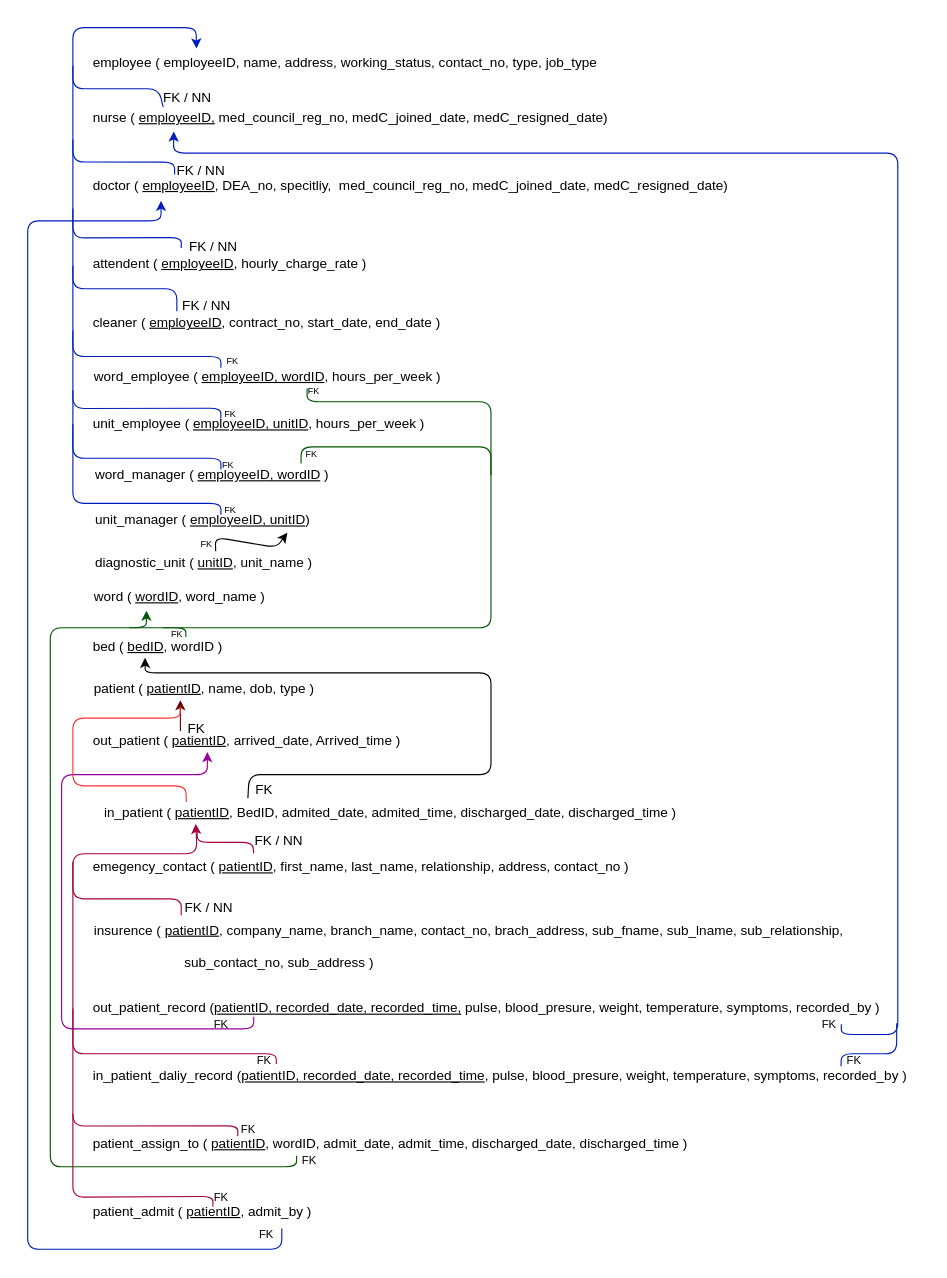
This is page "Page-2" (2 of 3) of G28-2.drawio from Janithpm/1203AssignmentGroup28, a draw.io file, before an edit. Source tidied: cells renumbered, new cells numbered last; positions are measured from the earlier drawing's top-left corner, leaving out a move shared by most shapes. Both pictures are drawn from the tidied source at 113%, with x=0, y=0 at pixel (27, 27).
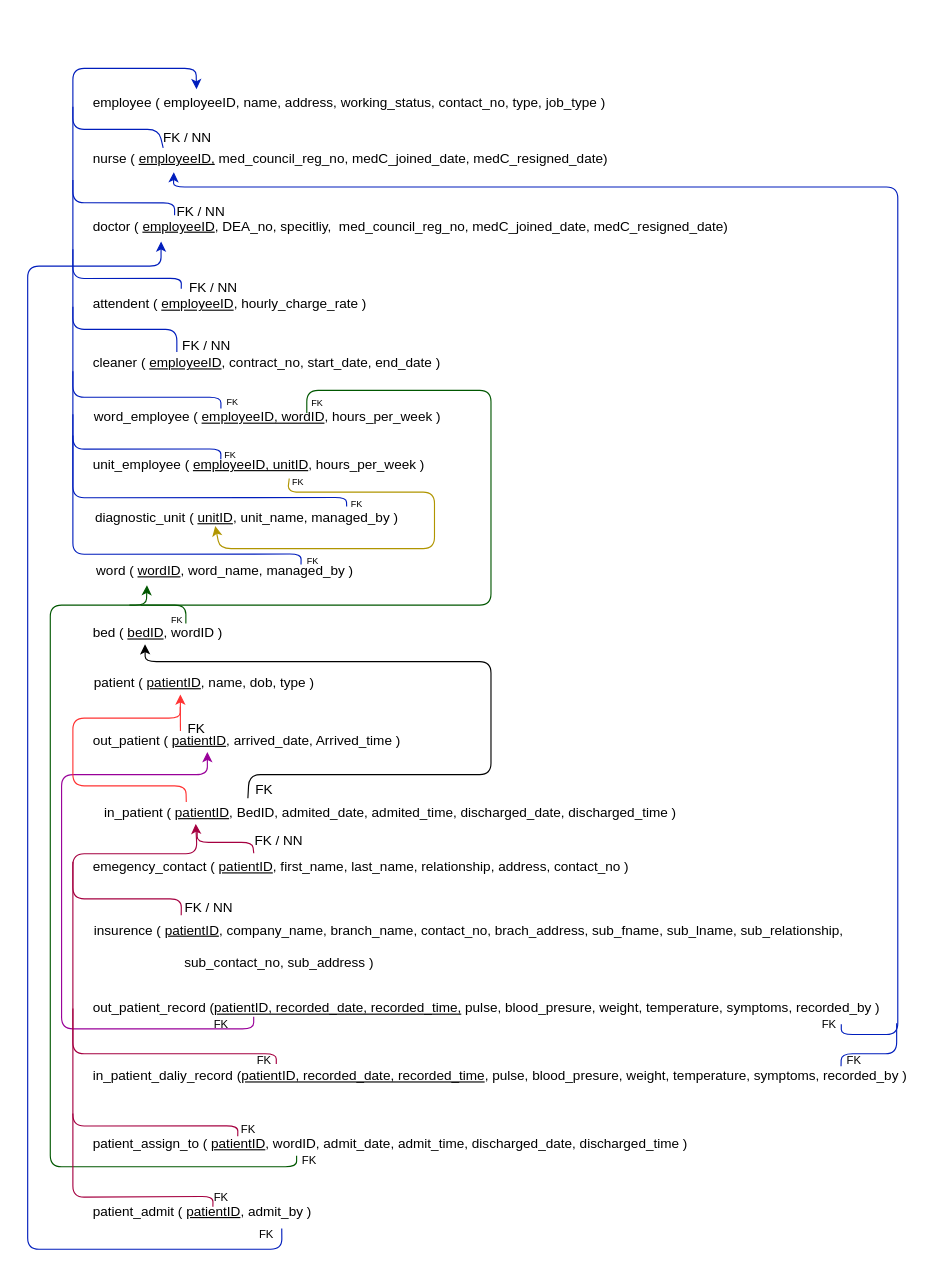
Above is the later version.

Unchanged cells that the change refers to:
```xml
<mxCell id="3" value="&lt;font style=&quot;font-size: 12px&quot;&gt;out_patient ( &lt;u&gt;patientID&lt;/u&gt;, arrived_date, Arrived_time )&lt;/font&gt;" style="text;html=1;align=left;verticalAlign=middle;points=[];strokeColor=none;fillColor=none;" parent="1" vertex="1">
  <mxGeometry x="56" y="621" width="290" height="20" as="geometry" />
</mxCell>
<mxCell id="30" value="patient_assign_to ( &lt;u&gt;patientID&lt;/u&gt;, wordID, admit_date, admit_time, discharged_date, discharged_time )" style="text;html=1;align=left;verticalAlign=middle;points=[];strokeColor=none;fillColor=none;" parent="1" vertex="1">
  <mxGeometry x="56" y="978" width="540" height="20" as="geometry" />
</mxCell>
<mxCell id="37" value="patient_admit ( &lt;u&gt;patientID&lt;/u&gt;, admit_by )" style="text;html=1;align=left;verticalAlign=middle;points=[];strokeColor=none;fillColor=none;" parent="1" vertex="1">
  <mxGeometry x="56" y="1038" width="210" height="20" as="geometry" />
</mxCell>
<mxCell id="43" value="FK" style="text;html=1;align=center;verticalAlign=middle;points=[];strokeColor=none;fillColor=none;" parent="1" vertex="1">
  <mxGeometry x="194" y="665" width="30" height="20" as="geometry" />
</mxCell>
```

Diff of the diagram source:
```diff
@@
     <mxCell id="9" value="nurse ( &lt;u&gt;employeeID,&lt;/u&gt;&amp;nbsp;med_council_reg_no, medC_joined_date, medC_resigned_date)" style="text;html=1;align=left;verticalAlign=middle;points=[];strokeColor=none;fillColor=none;" parent="1" vertex="1">
-      <mxGeometry x="56" y="70" width="470" height="20" as="geometry" />
+      <mxGeometry x="56" y="106" width="470" height="20" as="geometry" />
     </mxCell>
     <mxCell id="10" value="doctor ( &lt;u&gt;employeeID&lt;/u&gt;, DEA_no, specitliy,&amp;nbsp; med_council_reg_no, medC_joined_date, medC_resigned_date)&amp;nbsp;" style="text;html=1;align=left;verticalAlign=middle;points=[];strokeColor=none;fillColor=none;" parent="1" vertex="1">
-      <mxGeometry x="56" y="130" width="580" height="20" as="geometry" />
+      <mxGeometry x="56" y="166" width="580" height="20" as="geometry" />
     </mxCell>
     <mxCell id="11" value="attendent ( &lt;u&gt;employeeID&lt;/u&gt;, hourly_charge_rate )" style="text;html=1;align=left;verticalAlign=middle;strokeColor=none;fillColor=none;" parent="1" vertex="1">
-      <mxGeometry x="56" y="199" width="260" height="20" as="geometry" />
+      <mxGeometry x="56" y="235" width="260" height="20" as="geometry" />
     </mxCell>
     <mxCell id="12" value="cleaner ( &lt;u&gt;employeeID&lt;/u&gt;, contract_no, start_date, end_date )" style="text;html=1;align=left;verticalAlign=middle;strokeColor=none;fillColor=none;" parent="1" vertex="1">
-      <mxGeometry x="56" y="251" width="320" height="20" as="geometry" />
+      <mxGeometry x="56" y="287" width="320" height="20" as="geometry" />
     </mxCell>
     <mxCell id="13" style="endArrow=classic;html=1;entryX=0.203;entryY=-0.078;entryDx=0;entryDy=0;entryPerimeter=0;fillColor=#0050ef;strokeColor=#001DBC;" parent="1" edge="1">
       <mxGeometry relative="1" as="geometry">
-        <mxPoint x="132" y="251" as="sourcePoint" />
-        <mxPoint x="149.4" y="18.4" as="targetPoint" />
+        <mxPoint x="132" y="287" as="sourcePoint" />
+        <mxPoint x="149.4" y="54.4" as="targetPoint" />
         <Array as="points">
-          <mxPoint x="132" y="231" />
-          <mxPoint x="40" y="231" />
-          <mxPoint x="40" />
-          <mxPoint x="149" />
+          <mxPoint x="132" y="267" />
+          <mxPoint x="40" y="267" />
+          <mxPoint x="40" y="36" />
+          <mxPoint x="149" y="36" />
         </Array>
       </mxGeometry>
     </mxCell>
     <mxCell id="14" value="FK / NN" style="text;html=1;align=center;verticalAlign=middle;strokeColor=none;fillColor=none;" parent="1" vertex="1">
-      <mxGeometry x="134" y="184" width="60" height="20" as="geometry" />
+      <mxGeometry x="134" y="220" width="60" height="20" as="geometry" />
     </mxCell>
     <mxCell id="15" value="FK / NN" style="text;html=1;align=center;verticalAlign=middle;strokeColor=none;fillColor=none;" parent="1" vertex="1">
-      <mxGeometry x="128" y="236" width="60" height="20" as="geometry" />
+      <mxGeometry x="128" y="272" width="60" height="20" as="geometry" />
     </mxCell>
-    <mxCell id="16" value="unit_manager ( &lt;u&gt;employeeID, unitID&lt;/u&gt;)" style="text;html=1;align=left;verticalAlign=middle;points=[];strokeColor=none;fillColor=none;" parent="1" vertex="1">
-      <mxGeometry x="58" y="426" width="210" height="20" as="geometry" />
-    </mxCell>
-    <mxCell id="17" value="word ( &lt;u&gt;wordID&lt;/u&gt;, word_name )" style="text;html=1;align=left;verticalAlign=middle;points=[];strokeColor=none;fillColor=none;" parent="1" vertex="1">
-      <mxGeometry x="57" y="494" width="170" height="20" as="geometry" />
+    <mxCell id="17" value="word ( &lt;u&gt;wordID&lt;/u&gt;, word_name, managed_by&amp;nbsp;)" style="text;html=1;align=left;verticalAlign=middle;points=[];strokeColor=none;fillColor=none;" parent="1" vertex="1">
+      <mxGeometry x="59" y="471" width="240" height="20" as="geometry" />
     </mxCell>
     <mxCell id="18" value="bed ( &lt;u&gt;bedID&lt;/u&gt;, wordID )" style="text;html=1;align=left;verticalAlign=middle;points=[];strokeColor=none;fillColor=none;" parent="1" vertex="1">
-      <mxGeometry x="56" y="538" width="130" height="20" as="geometry" />
+      <mxGeometry x="56" y="526" width="130" height="20" as="geometry" />
     </mxCell>
     <mxCell id="19" value="&lt;font style=&quot;font-size: 8px&quot;&gt;FK&lt;/font&gt;" style="text;html=1;align=center;verticalAlign=middle;strokeColor=none;fillColor=none;" parent="1" vertex="1">
-      <mxGeometry x="117" y="526" width="30" height="20" as="geometry" />
+      <mxGeometry x="117" y="513" width="30" height="20" as="geometry" />
     </mxCell>
@@
     <mxCell id="22" style="endArrow=classic;html=1;entryX=0.156;entryY=1.093;entryDx=0;entryDy=0;entryPerimeter=0;fillColor=#0050ef;strokeColor=#001DBC;" parent="1" edge="1" target="9">
       <mxGeometry relative="1" as="geometry">
         <mxPoint x="720" y="882" as="sourcePoint" />
         <Array as="points">
           <mxPoint x="720" y="891" />
           <mxPoint x="770" y="891" />
-          <mxPoint x="770" y="111" />
-          <mxPoint x="129" y="111" />
+          <mxPoint x="770" y="141" />
+          <mxPoint x="129" y="141" />
         </Array>
       </mxGeometry>
     </mxCell>
@@
-    <mxCell id="32" style="endArrow=classic;html=1;exitX=0.337;exitY=1.019;exitDx=0;exitDy=0;exitPerimeter=0;entryX=0.283;entryY=1.095;entryDx=0;entryDy=0;entryPerimeter=0;fillColor=#008a00;strokeColor=#005700;" parent="1" edge="1" source="30" target="17">
+    <mxCell id="32" style="endArrow=classic;html=1;exitX=0.337;exitY=1.019;exitDx=0;exitDy=0;exitPerimeter=0;entryX=0.194;entryY=1.117;entryDx=0;entryDy=0;entryPerimeter=0;fillColor=#008a00;strokeColor=#005700;" parent="1" edge="1" source="30" target="17">
       <mxGeometry relative="1" as="geometry">
         <Array as="points">
           <mxPoint x="238" y="1008" />
           <mxPoint x="20" y="1008" />
           <mxPoint x="20" y="748" />
-          <mxPoint x="20" y="531" />
-          <mxPoint x="105" y="531" />
+          <mxPoint x="20" y="511" />
+          <mxPoint x="105" y="511" />
         </Array>
       </mxGeometry>
     </mxCell>
@@
     <mxCell id="36" style="endArrow=none;html=1;exitX=0.249;exitY=-0.041;exitDx=0;exitDy=0;exitPerimeter=0;fillColor=#0050ef;strokeColor=#001DBC;" parent="1" edge="1">
       <mxGeometry relative="1" as="geometry">
-        <mxPoint x="135.9" y="195" as="sourcePoint" />
-        <mxPoint x="40" y="160" as="targetPoint" />
+        <mxPoint x="135.9" y="231" as="sourcePoint" />
+        <mxPoint x="40" y="196" as="targetPoint" />
         <Array as="points">
-          <mxPoint x="136" y="185.8" />
-          <mxPoint x="40" y="186" />
+          <mxPoint x="136" y="221.8" />
+          <mxPoint x="40" y="222" />
         </Array>
       </mxGeometry>
     </mxCell>
@@
     <mxCell id="38" style="endArrow=classic;html=1;exitX=0.804;exitY=1.238;exitDx=0;exitDy=0;exitPerimeter=0;entryX=0.107;entryY=1.163;entryDx=0;entryDy=0;entryPerimeter=0;fillColor=#0050ef;strokeColor=#001DBC;" parent="1" edge="1" source="37" target="10">
       <mxGeometry relative="1" as="geometry">
         <Array as="points">
           <mxPoint x="225" y="1081" />
           <mxPoint y="1081" />
-          <mxPoint y="171" />
-          <mxPoint x="118" y="171" />
+          <mxPoint y="211" />
+          <mxPoint x="118" y="211" />
         </Array>
       </mxGeometry>
     </mxCell>
@@
     <mxCell id="42" style="endArrow=classic;html=1;exitX=0.029;exitY=0.844;exitDx=0;exitDy=0;exitPerimeter=0;entryX=0.368;entryY=0.979;entryDx=0;entryDy=0;entryPerimeter=0;" parent="1" edge="1" source="43" target="18">
       <mxGeometry relative="1" as="geometry">
         <Array as="points">
           <mxPoint x="196" y="661" />
           <mxPoint x="410" y="661" />
-          <mxPoint x="410" y="571" />
-          <mxPoint x="104" y="571" />
+          <mxPoint x="410" y="561" />
+          <mxPoint x="104" y="561" />
         </Array>
       </mxGeometry>
     </mxCell>
@@
     <mxCell id="44" value="patient ( &lt;u&gt;patientID&lt;/u&gt;, name, dob, type )" style="text;html=1;align=left;verticalAlign=middle;points=[];strokeColor=none;fillColor=none;" parent="1" vertex="1">
-      <mxGeometry x="57" y="575" width="210" height="20" as="geometry" />
+      <mxGeometry x="57" y="570" width="210" height="20" as="geometry" />
     </mxCell>
-    <mxCell id="45" style="endArrow=classic;html=1;exitX=0.273;exitY=0.066;exitDx=0;exitDy=0;exitPerimeter=0;entryX=0.372;entryY=1.005;entryDx=0;entryDy=0;entryPerimeter=0;fillColor=#a20025;strokeColor=#6F0000;" parent="1" edge="1" source="3" target="44">
+    <mxCell id="45" style="endArrow=classic;html=1;exitX=0.273;exitY=0.066;exitDx=0;exitDy=0;exitPerimeter=0;entryX=0.372;entryY=1.005;entryDx=0;entryDy=0;entryPerimeter=0;fillColor=#a20025;strokeColor=#FF3333;" parent="1" edge="1" source="3" target="44">
       <mxGeometry relative="1" as="geometry" />
     </mxCell>
@@
-    <mxCell id="48" value="employee ( employeeID, name, address, working_status, contact_no, type, job_type" style="text;html=1;align=left;verticalAlign=middle;strokeColor=none;fillColor=none;" parent="1" vertex="1">
-      <mxGeometry x="56" y="21" width="460" height="20" as="geometry" />
+    <mxCell id="48" value="employee ( employeeID, name, address, working_status, contact_no, type, job_type )" style="text;html=1;align=left;verticalAlign=middle;strokeColor=none;fillColor=none;" parent="1" vertex="1">
+      <mxGeometry x="56" y="57" width="470" height="20" as="geometry" />
     </mxCell>
     <mxCell id="49" style="endArrow=none;html=1;exitX=0.136;exitY=0.066;exitDx=0;exitDy=0;exitPerimeter=0;fillColor=#0050ef;strokeColor=#001DBC;" parent="1" edge="1">
       <mxGeometry relative="1" as="geometry">
-        <mxPoint x="119.9" y="70.3" as="sourcePoint" />
-        <mxPoint x="40" y="34" as="targetPoint" />
+        <mxPoint x="119.9" y="106.3" as="sourcePoint" />
+        <mxPoint x="40" y="70" as="targetPoint" />
         <Array as="points">
-          <mxPoint x="116" y="54" />
-          <mxPoint x="40" y="54" />
+          <mxPoint x="116" y="90" />
+          <mxPoint x="40" y="90" />
         </Array>
       </mxGeometry>
     </mxCell>
     <mxCell id="50" style="endArrow=none;html=1;fillColor=#0050ef;strokeColor=#001DBC;" parent="1" edge="1">
       <mxGeometry relative="1" as="geometry">
-        <mxPoint x="130" y="130" as="sourcePoint" />
-        <mxPoint x="40" y="98.9" as="targetPoint" />
+        <mxPoint x="130" y="166" as="sourcePoint" />
+        <mxPoint x="40" y="134.9" as="targetPoint" />
         <Array as="points">
-          <mxPoint x="130" y="119" />
-          <mxPoint x="40" y="118.9" />
+          <mxPoint x="130" y="155" />
+          <mxPoint x="40" y="154.9" />
         </Array>
       </mxGeometry>
     </mxCell>
     <mxCell id="51" value="FK / NN" style="text;html=1;align=center;verticalAlign=middle;strokeColor=none;fillColor=none;" parent="1" vertex="1">
-      <mxGeometry x="123" y="117" width="60" height="20" as="geometry" />
+      <mxGeometry x="123" y="153" width="60" height="20" as="geometry" />
     </mxCell>
     <mxCell id="52" value="FK / NN" style="text;html=1;align=center;verticalAlign=middle;strokeColor=none;fillColor=none;" parent="1" vertex="1">
-      <mxGeometry x="111" y="52" width="60" height="20" as="geometry" />
+      <mxGeometry x="111" y="88" width="60" height="20" as="geometry" />
     </mxCell>
     <mxCell id="53" value="word_employee ( &lt;u&gt;employeeID, wordID&lt;/u&gt;, hours_per_week )" style="text;html=1;align=left;verticalAlign=middle;points=[];strokeColor=none;fillColor=none;" parent="1" vertex="1">
-      <mxGeometry x="57" y="299" width="320" height="20" as="geometry" />
+      <mxGeometry x="57" y="335" width="320" height="20" as="geometry" />
     </mxCell>
     <mxCell id="54" value="unit_employee ( &lt;u&gt;employeeID, unitID&lt;/u&gt;, hours_per_week )" style="text;html=1;align=left;verticalAlign=middle;points=[];strokeColor=none;fillColor=none;" parent="1" vertex="1">
-      <mxGeometry x="56" y="341" width="310" height="20" as="geometry" />
+      <mxGeometry x="56" y="377" width="310" height="20" as="geometry" />
     </mxCell>
     <mxCell id="55" style="endArrow=none;html=1;fillColor=#0050ef;strokeColor=#001DBC;" parent="1" edge="1">
       <mxGeometry relative="1" as="geometry">
-        <mxPoint x="171" y="301" as="sourcePoint" />
-        <mxPoint x="40" y="211" as="targetPoint" />
+        <mxPoint x="171" y="337" as="sourcePoint" />
+        <mxPoint x="40" y="247" as="targetPoint" />
         <Array as="points">
-          <mxPoint x="171" y="291" />
-          <mxPoint x="40" y="291" />
+          <mxPoint x="171" y="327" />
+          <mxPoint x="40" y="327" />
         </Array>
       </mxGeometry>
     </mxCell>
     <mxCell id="56" style="endArrow=none;html=1;exitX=0.249;exitY=-0.041;exitDx=0;exitDy=0;exitPerimeter=0;fillColor=#0050ef;strokeColor=#001DBC;" parent="1" edge="1">
       <mxGeometry relative="1" as="geometry">
-        <mxPoint x="170.9" y="346" as="sourcePoint" />
-        <mxPoint x="40" y="268" as="targetPoint" />
+        <mxPoint x="170.9" y="382" as="sourcePoint" />
+        <mxPoint x="40" y="304" as="targetPoint" />
         <Array as="points">
-          <mxPoint x="171" y="336.8" />
-          <mxPoint x="40" y="337" />
+          <mxPoint x="171" y="372.8" />
+          <mxPoint x="40" y="373" />
         </Array>
       </mxGeometry>
     </mxCell>
     <mxCell id="57" style="endArrow=none;html=1;entryX=0.646;entryY=0.058;entryDx=0;entryDy=0;entryPerimeter=0;fillColor=#008a00;strokeColor=#005700;" parent="1" edge="1" target="18">
       <mxGeometry relative="1" as="geometry">
-        <mxPoint x="90" y="531" as="sourcePoint" />
+        <mxPoint x="90" y="511" as="sourcePoint" />
         <Array as="points">
-          <mxPoint x="140" y="531" />
+          <mxPoint x="140" y="511" />
         </Array>
       </mxGeometry>
     </mxCell>
-    <mxCell id="58" style="endArrow=none;html=1;entryX=0.595;entryY=1.01;entryDx=0;entryDy=0;entryPerimeter=0;fillColor=#008a00;strokeColor=#005700;" parent="1" edge="1" target="53">
+    <mxCell id="58" style="endArrow=none;html=1;fillColor=#008a00;strokeColor=#005700;" parent="1" edge="1">
       <mxGeometry relative="1" as="geometry">
-        <mxPoint x="120" y="531" as="sourcePoint" />
+        <mxPoint x="100" y="511" as="sourcePoint" />
+        <mxPoint x="247" y="341" as="targetPoint" />
         <Array as="points">
-          <mxPoint x="410" y="531" />
-          <mxPoint x="410" y="331" />
-          <mxPoint x="247" y="331" />
+          <mxPoint x="410" y="511" />
+          <mxPoint x="410" y="321" />
+          <mxPoint x="247" y="321" />
         </Array>
       </mxGeometry>
     </mxCell>
-    <mxCell id="59" value="word_manager ( &lt;u&gt;employeeID, wordID&lt;/u&gt;&amp;nbsp;)" style="text;html=1;align=left;verticalAlign=middle;points=[];strokeColor=none;fillColor=none;" parent="1" vertex="1">
-      <mxGeometry x="58" y="386" width="220" height="20" as="geometry" />
-    </mxCell>
-    <mxCell id="60" style="endArrow=none;html=1;fillColor=#0050ef;strokeColor=#001DBC;" parent="1" edge="1">
-      <mxGeometry relative="1" as="geometry">
-        <mxPoint x="171" y="431" as="sourcePoint" />
-        <mxPoint x="40" y="321" as="targetPoint" />
-        <Array as="points">
-          <mxPoint x="171" y="421" />
-          <mxPoint x="40" y="421" />
-        </Array>
-      </mxGeometry>
-    </mxCell>
-    <mxCell id="61" style="endArrow=none;html=1;fillColor=#0050ef;strokeColor=#001DBC;" parent="1" edge="1">
-      <mxGeometry relative="1" as="geometry">
-        <mxPoint x="171" y="391" as="sourcePoint" />
-        <mxPoint x="40" y="351" as="targetPoint" />
-        <Array as="points">
-          <mxPoint x="171" y="381" />
-          <mxPoint x="40" y="381" />
-        </Array>
-      </mxGeometry>
-    </mxCell>
-    <mxCell id="62" value="diagnostic_unit ( &lt;u&gt;unitID&lt;/u&gt;, unit_name )" style="text;html=1;align=left;verticalAlign=middle;points=[];strokeColor=none;fillColor=none;" parent="1" vertex="1">
-      <mxGeometry x="58" y="464" width="210" height="20" as="geometry" />
+    <mxCell id="62" value="diagnostic_unit ( &lt;u&gt;unitID&lt;/u&gt;, unit_name, managed_by )" style="text;html=1;align=left;verticalAlign=middle;points=[];strokeColor=none;fillColor=none;" parent="1" vertex="1">
+      <mxGeometry x="58" y="424" width="280" height="20" as="geometry" />
     </mxCell>
-    <mxCell id="63" style="endArrow=none;html=1;exitX=0.836;exitY=-0.012;exitDx=0;exitDy=0;exitPerimeter=0;fillColor=#008a00;strokeColor=#005700;" parent="1" edge="1" source="59">
-      <mxGeometry relative="1" as="geometry">
-        <mxPoint x="410" y="396" as="targetPoint" />
-        <Array as="points">
-          <mxPoint x="242" y="371" />
-          <mxPoint x="410" y="371" />
-        </Array>
-      </mxGeometry>
-    </mxCell>
-    <mxCell id="64" style="endArrow=classic;html=1;exitX=0.516;exitY=-0.038;exitDx=0;exitDy=0;exitPerimeter=0;entryX=0.818;entryY=1.05;entryDx=0;entryDy=0;entryPerimeter=0;" parent="1" edge="1" source="62" target="16">
-      <mxGeometry relative="1" as="geometry">
-        <Array as="points">
-          <mxPoint x="166" y="451" />
-          <mxPoint x="220" y="460" />
-        </Array>
-      </mxGeometry>
-    </mxCell>
-    <mxCell id="65" value="&lt;font style=&quot;font-size: 8px&quot;&gt;FK&lt;/font&gt;" style="text;html=1;align=center;verticalAlign=middle;strokeColor=none;fillColor=none;" parent="1" vertex="1">
-      <mxGeometry x="143" y="446" width="30" height="20" as="geometry" />
-    </mxCell>
-    <mxCell id="66" value="&lt;font style=&quot;font-size: 8px&quot;&gt;FK&lt;/font&gt;" style="text;html=1;align=center;verticalAlign=middle;strokeColor=none;fillColor=none;" parent="1" vertex="1">
-      <mxGeometry x="236" y="366" width="30" height="20" as="geometry" />
-    </mxCell>
-    <mxCell id="67" value="&lt;font style=&quot;font-size: 8px&quot;&gt;FK&lt;/font&gt;" style="text;html=1;align=center;verticalAlign=middle;strokeColor=none;fillColor=none;" parent="1" vertex="1">
-      <mxGeometry x="162" y="376" width="30" height="20" as="geometry" />
-    </mxCell>
-    <mxCell id="68" value="&lt;font style=&quot;font-size: 8px&quot;&gt;FK&lt;/font&gt;" style="text;html=1;align=center;verticalAlign=middle;strokeColor=none;fillColor=none;" parent="1" vertex="1">
-      <mxGeometry x="164" y="416" width="30" height="20" as="geometry" />
-    </mxCell>
     <mxCell id="69" value="&lt;font style=&quot;font-size: 8px&quot;&gt;FK&lt;/font&gt;" style="text;html=1;align=center;verticalAlign=middle;strokeColor=none;fillColor=none;" parent="1" vertex="1">
-      <mxGeometry x="164" y="331" width="30" height="20" as="geometry" />
+      <mxGeometry x="164" y="367" width="30" height="20" as="geometry" />
     </mxCell>
     <mxCell id="70" value="&lt;font style=&quot;font-size: 8px&quot;&gt;FK&lt;/font&gt;" style="text;html=1;align=center;verticalAlign=middle;strokeColor=none;fillColor=none;" parent="1" vertex="1">
-      <mxGeometry x="238" y="311" width="30" height="20" as="geometry" />
+      <mxGeometry x="241" y="321" width="30" height="20" as="geometry" />
     </mxCell>
     <mxCell id="71" value="&lt;font style=&quot;font-size: 8px&quot;&gt;FK&lt;/font&gt;" style="text;html=1;align=center;verticalAlign=middle;strokeColor=none;fillColor=none;" parent="1" vertex="1">
-      <mxGeometry x="166" y="284" width="30" height="20" as="geometry" />
+      <mxGeometry x="166" y="320" width="30" height="20" as="geometry" />
     </mxCell>
+    <mxCell id="72" style="endArrow=none;html=1;exitX=0.249;exitY=-0.041;exitDx=0;exitDy=0;exitPerimeter=0;fillColor=#0050ef;strokeColor=#001DBC;" parent="1" edge="1">
+      <mxGeometry relative="1" as="geometry">
+        <mxPoint x="241.9" y="475" as="sourcePoint" />
+        <mxPoint x="40" y="361" as="targetPoint" />
+        <Array as="points">
+          <mxPoint x="242" y="465.8" />
+          <mxPoint x="40" y="466" />
+        </Array>
+      </mxGeometry>
+    </mxCell>
+    <mxCell id="73" style="endArrow=none;html=1;exitX=0.801;exitY=-0.01;exitDx=0;exitDy=0;exitPerimeter=0;fillColor=#0050ef;strokeColor=#001DBC;" parent="1" edge="1" source="62">
+      <mxGeometry relative="1" as="geometry">
+        <mxPoint x="40" y="342" as="targetPoint" />
+        <Array as="points">
+          <mxPoint x="282" y="415.8" />
+          <mxPoint x="40" y="416" />
+        </Array>
+      </mxGeometry>
+    </mxCell>
+    <mxCell id="74" style="endArrow=classic;html=1;exitX=0.566;exitY=1.1;exitDx=0;exitDy=0;exitPerimeter=0;fillColor=#e3c800;strokeColor=#B09500;" parent="1" edge="1" source="54">
+      <mxGeometry relative="1" as="geometry">
+        <mxPoint x="166" y="441" as="targetPoint" />
+        <Array as="points">
+          <mxPoint x="230" y="411" />
+          <mxPoint x="360" y="411" />
+          <mxPoint x="360" y="461" />
+          <mxPoint x="170" y="461" />
+        </Array>
+      </mxGeometry>
+    </mxCell>
+    <mxCell id="75" value="&lt;font style=&quot;font-size: 8px&quot;&gt;FK&lt;/font&gt;" style="text;html=1;align=center;verticalAlign=middle;strokeColor=none;fillColor=none;" parent="1" vertex="1">
+      <mxGeometry x="224" y="391" width="30" height="20" as="geometry" />
+    </mxCell>
+    <mxCell id="76" value="&lt;font style=&quot;font-size: 8px&quot;&gt;FK&lt;/font&gt;" style="text;html=1;align=center;verticalAlign=middle;strokeColor=none;fillColor=none;" parent="1" vertex="1">
+      <mxGeometry x="276" y="411" width="30" height="20" as="geometry" />
+    </mxCell>
+    <mxCell id="77" value="&lt;font style=&quot;font-size: 8px&quot;&gt;FK&lt;/font&gt;" style="text;html=1;align=center;verticalAlign=middle;strokeColor=none;fillColor=none;" parent="1" vertex="1">
+      <mxGeometry x="237" y="461" width="30" height="20" as="geometry" />
+    </mxCell>
```
